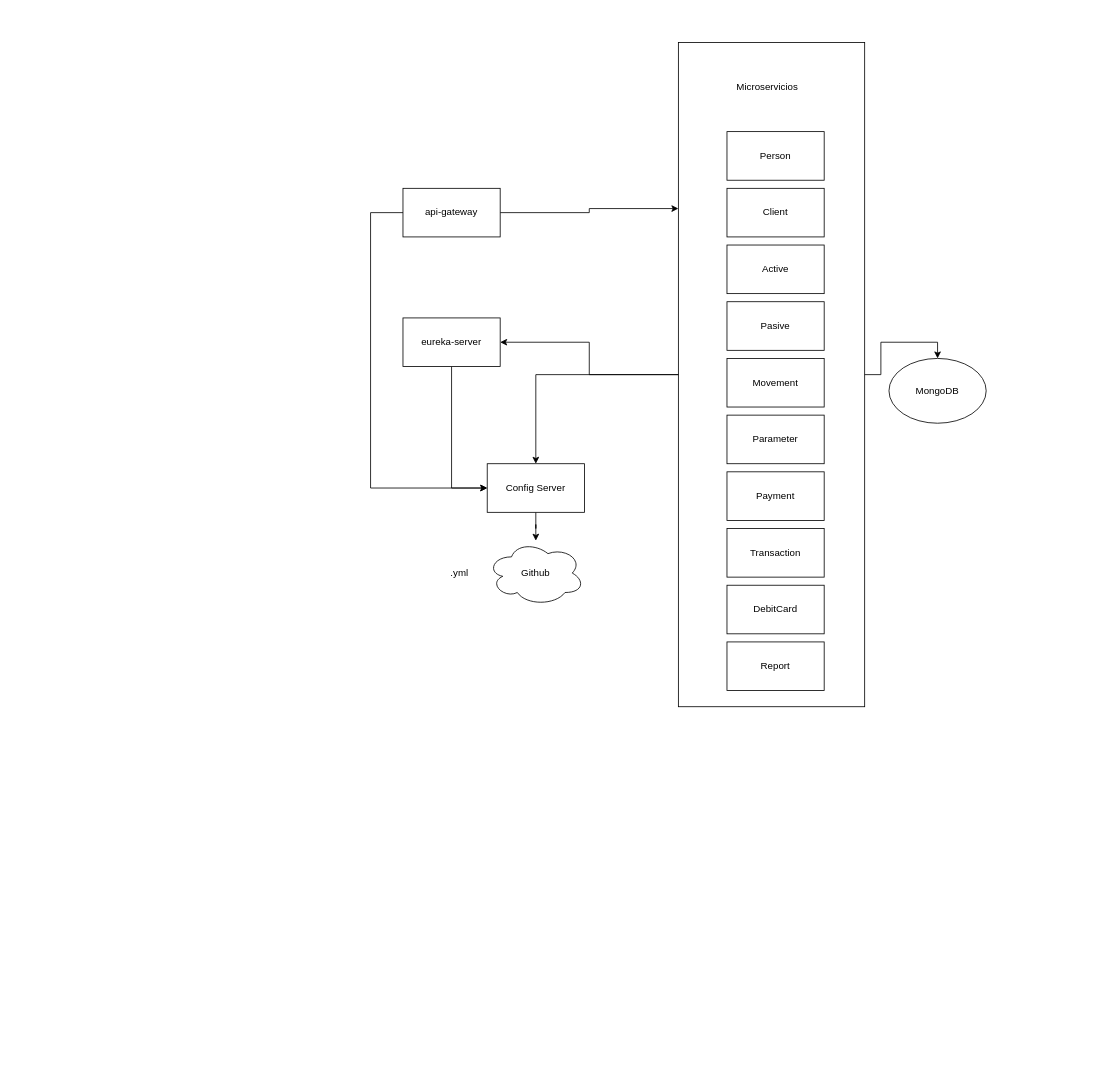
Earlier version of the draw.io diagram page "Microservicios" (2 of 4) of proyecto1.drawio (AdrianNMS/MS-bank-diagram). Source tidied: cells renumbered, new cells numbered last; positions are measured from the earlier drawing's top-left corner, leaving out a move shared by most shapes. Both pictures are drawn from the tidied source at 81%, with x=0, y=0 at pixel (370, 42).
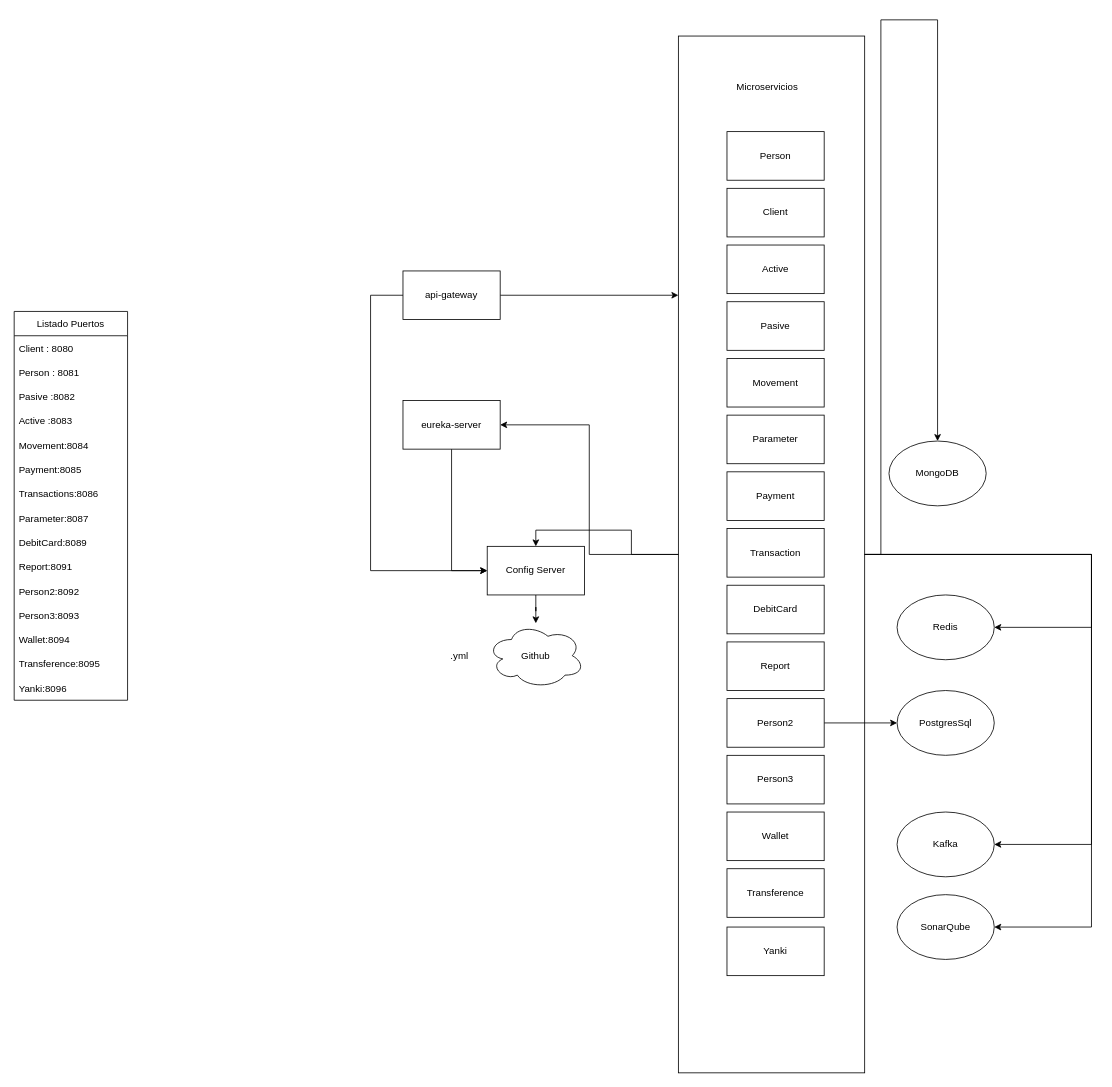
Above is the later version.

The edit, as a diff of the source:
```diff
@@
     <mxCell id="2" value="Github" style="ellipse;shape=cloud;whiteSpace=wrap;html=1;" parent="1" vertex="1">
-      <mxGeometry x="144" y="615" width="120" height="80" as="geometry" />
+      <mxGeometry x="144" y="717" width="120" height="80" as="geometry" />
     </mxCell>
     <mxCell id="3" value=".yml" style="text;html=1;strokeColor=none;fillColor=none;align=center;verticalAlign=middle;whiteSpace=wrap;rounded=0;" parent="1" vertex="1">
-      <mxGeometry x="80" y="640" width="60" height="30" as="geometry" />
+      <mxGeometry x="80" y="742" width="60" height="30" as="geometry" />
     </mxCell>
@@
     <mxCell id="5" value="Config Server" style="rounded=0;whiteSpace=wrap;html=1;" parent="1" vertex="1">
-      <mxGeometry x="144" y="520" width="120" height="60" as="geometry" />
+      <mxGeometry x="144" y="622" width="120" height="60" as="geometry" />
     </mxCell>
@@
     <mxCell id="7" value="eureka-server" style="rounded=0;whiteSpace=wrap;html=1;" parent="1" vertex="1">
-      <mxGeometry x="40" y="340" width="120" height="60" as="geometry" />
+      <mxGeometry x="40" y="442" width="120" height="60" as="geometry" />
     </mxCell>
     <mxCell id="8" style="edgeStyle=orthogonalEdgeStyle;rounded=0;jettySize=auto;html=1;entryX=0;entryY=0.5;entryDx=0;entryDy=0;" parent="1" edge="1" source="10" target="5">
       <mxGeometry relative="1" as="geometry">
         <Array as="points">
-          <mxPoint y="210" />
-          <mxPoint y="550" />
+          <mxPoint y="312" />
+          <mxPoint y="652" />
         </Array>
       </mxGeometry>
     </mxCell>
@@
     <mxCell id="10" value="api-gateway" style="rounded=0;whiteSpace=wrap;html=1;" parent="1" vertex="1">
-      <mxGeometry x="40" y="180" width="120" height="60" as="geometry" />
+      <mxGeometry x="40" y="282" width="120" height="60" as="geometry" />
     </mxCell>
@@
     <mxCell id="21" value="MongoDB" style="ellipse;whiteSpace=wrap;html=1;" parent="1" vertex="1">
-      <mxGeometry x="640" y="390" width="120" height="80" as="geometry" />
+      <mxGeometry x="640" y="492" width="120" height="80" as="geometry" />
     </mxCell>
@@
+    <mxCell id="27" style="edgeStyle=orthogonalEdgeStyle;rounded=0;jettySize=auto;html=1;entryX=1;entryY=0.5;entryDx=0;entryDy=0;" parent="1" edge="1" source="25" target="54">
+      <mxGeometry relative="1" as="geometry">
+        <Array as="points">
+          <mxPoint x="890" y="632" />
+          <mxPoint x="890" y="990" />
+        </Array>
+      </mxGeometry>
+    </mxCell>
+    <mxCell id="28" style="edgeStyle=orthogonalEdgeStyle;rounded=0;jettySize=auto;html=1;entryX=1;entryY=0.5;entryDx=0;entryDy=0;" parent="1" edge="1" source="25" target="52">
+      <mxGeometry relative="1" as="geometry">
+        <Array as="points">
+          <mxPoint x="890" y="632" />
+          <mxPoint x="890" y="722" />
+        </Array>
+      </mxGeometry>
+    </mxCell>
+    <mxCell id="29" style="edgeStyle=orthogonalEdgeStyle;rounded=0;jettySize=auto;html=1;exitX=1;exitY=0.5;exitDx=0;exitDy=0;entryX=1;entryY=0.5;entryDx=0;entryDy=0;" parent="1" edge="1" source="25" target="55">
+      <mxGeometry relative="1" as="geometry">
+        <Array as="points">
+          <mxPoint x="890" y="632" />
+          <mxPoint x="890" y="1092" />
+        </Array>
+      </mxGeometry>
+    </mxCell>
     <mxCell id="25" style="rounded=0;whiteSpace=wrap;html=1;fillColor=none;" parent="1" vertex="1">
-      <mxGeometry x="380" width="230" height="820" as="geometry" />
+      <mxGeometry x="380" y="-8" width="230" height="1280" as="geometry" />
     </mxCell>
@@
+    <mxCell id="30" value="Listado Puertos" style="swimlane;fontStyle=0;horizontal=1;startSize=30;fillColor=#FFFFFF;" parent="1" vertex="1">
+      <mxGeometry x="-440" y="332" width="140" height="480" as="geometry" />
+    </mxCell>
+    <mxCell id="31" value="Client : 8080" style="text;strokeColor=none;fillColor=none;align=left;verticalAlign=middle;spacingLeft=4;spacingRight=4;overflow=hidden;" parent="30" vertex="1">
+      <mxGeometry y="30" width="140" height="30" as="geometry" />
+    </mxCell>
+    <mxCell id="32" value="Person : 8081" style="text;strokeColor=none;fillColor=none;align=left;verticalAlign=middle;spacingLeft=4;spacingRight=4;overflow=hidden;" parent="30" vertex="1">
+      <mxGeometry y="60" width="140" height="30" as="geometry" />
+    </mxCell>
+    <mxCell id="33" value="Pasive :8082" style="text;strokeColor=none;fillColor=none;align=left;verticalAlign=middle;spacingLeft=4;spacingRight=4;overflow=hidden;" parent="30" vertex="1">
+      <mxGeometry y="90" width="140" height="30" as="geometry" />
+    </mxCell>
+    <mxCell id="34" value="Active :8083" style="text;strokeColor=none;fillColor=none;align=left;verticalAlign=middle;spacingLeft=4;spacingRight=4;overflow=hidden;" parent="30" vertex="1">
+      <mxGeometry y="120" width="140" height="30" as="geometry" />
+    </mxCell>
+    <mxCell id="35" value="Movement:8084" style="text;strokeColor=none;fillColor=none;align=left;verticalAlign=middle;spacingLeft=4;spacingRight=4;overflow=hidden;" parent="30" vertex="1">
+      <mxGeometry y="150" width="140" height="30" as="geometry" />
+    </mxCell>
+    <mxCell id="36" value="Payment:8085" style="text;strokeColor=none;fillColor=none;align=left;verticalAlign=middle;spacingLeft=4;spacingRight=4;overflow=hidden;" parent="30" vertex="1">
+      <mxGeometry y="180" width="140" height="30" as="geometry" />
+    </mxCell>
+    <mxCell id="37" value="Transactions:8086" style="text;strokeColor=none;fillColor=none;align=left;verticalAlign=middle;spacingLeft=4;spacingRight=4;overflow=hidden;" parent="30" vertex="1">
+      <mxGeometry y="210" width="140" height="30" as="geometry" />
+    </mxCell>
+    <mxCell id="38" value="Parameter:8087" style="text;strokeColor=none;fillColor=none;align=left;verticalAlign=middle;spacingLeft=4;spacingRight=4;overflow=hidden;" parent="30" vertex="1">
+      <mxGeometry y="240" width="140" height="30" as="geometry" />
+    </mxCell>
+    <mxCell id="39" value="DebitCard:8089" style="text;strokeColor=none;fillColor=none;align=left;verticalAlign=middle;spacingLeft=4;spacingRight=4;overflow=hidden;" parent="30" vertex="1">
+      <mxGeometry y="270" width="140" height="30" as="geometry" />
+    </mxCell>
+    <mxCell id="40" value="Report:8091" style="text;strokeColor=none;fillColor=none;align=left;verticalAlign=middle;spacingLeft=4;spacingRight=4;overflow=hidden;" parent="30" vertex="1">
+      <mxGeometry y="300" width="140" height="30" as="geometry" />
+    </mxCell>
+    <mxCell id="41" value="Person2:8092" style="text;strokeColor=none;fillColor=none;align=left;verticalAlign=middle;spacingLeft=4;spacingRight=4;overflow=hidden;" parent="30" vertex="1">
+      <mxGeometry y="330" width="140" height="30" as="geometry" />
+    </mxCell>
+    <mxCell id="42" value="Person3:8093" style="text;strokeColor=none;fillColor=none;align=left;verticalAlign=middle;spacingLeft=4;spacingRight=4;overflow=hidden;" parent="30" vertex="1">
+      <mxGeometry y="360" width="140" height="30" as="geometry" />
+    </mxCell>
+    <mxCell id="43" value="Wallet:8094" style="text;strokeColor=none;fillColor=none;align=left;verticalAlign=middle;spacingLeft=4;spacingRight=4;overflow=hidden;" parent="30" vertex="1">
+      <mxGeometry y="390" width="140" height="30" as="geometry" />
+    </mxCell>
+    <mxCell id="44" value="Transference:8095" style="text;strokeColor=none;fillColor=none;align=left;verticalAlign=middle;spacingLeft=4;spacingRight=4;overflow=hidden;" parent="30" vertex="1">
+      <mxGeometry y="420" width="140" height="30" as="geometry" />
+    </mxCell>
+    <mxCell id="45" value="Yanki:8096" style="text;strokeColor=none;fillColor=none;align=left;verticalAlign=middle;spacingLeft=4;spacingRight=4;overflow=hidden;" parent="30" vertex="1">
+      <mxGeometry y="450" width="140" height="30" as="geometry" />
+    </mxCell>
+    <mxCell id="46" style="edgeStyle=orthogonalEdgeStyle;rounded=0;jettySize=auto;html=1;entryX=0;entryY=0.5;entryDx=0;entryDy=0;" parent="1" edge="1" source="47" target="53">
+      <mxGeometry relative="1" as="geometry" />
+    </mxCell>
+    <mxCell id="47" value="Person2" style="rounded=0;whiteSpace=wrap;html=1;" parent="1" vertex="1">
+      <mxGeometry x="440" y="810" width="120" height="60" as="geometry" />
+    </mxCell>
+    <mxCell id="48" value="Person3" style="rounded=0;whiteSpace=wrap;html=1;" parent="1" vertex="1">
+      <mxGeometry x="440" y="880" width="120" height="60" as="geometry" />
+    </mxCell>
+    <mxCell id="49" value="Wallet" style="rounded=0;whiteSpace=wrap;html=1;" parent="1" vertex="1">
+      <mxGeometry x="440" y="950" width="120" height="60" as="geometry" />
+    </mxCell>
+    <mxCell id="50" value="Transference" style="rounded=0;whiteSpace=wrap;html=1;" parent="1" vertex="1">
+      <mxGeometry x="440" y="1020" width="120" height="60" as="geometry" />
+    </mxCell>
+    <mxCell id="51" value="Yanki" style="rounded=0;whiteSpace=wrap;html=1;" parent="1" vertex="1">
+      <mxGeometry x="440" y="1092" width="120" height="60" as="geometry" />
+    </mxCell>
+    <mxCell id="52" value="Redis" style="ellipse;whiteSpace=wrap;html=1;" parent="1" vertex="1">
+      <mxGeometry x="650" y="682" width="120" height="80" as="geometry" />
+    </mxCell>
+    <mxCell id="53" value="PostgresSql" style="ellipse;whiteSpace=wrap;html=1;" parent="1" vertex="1">
+      <mxGeometry x="650" y="800" width="120" height="80" as="geometry" />
+    </mxCell>
+    <mxCell id="54" value="Kafka" style="ellipse;whiteSpace=wrap;html=1;" parent="1" vertex="1">
+      <mxGeometry x="650" y="950" width="120" height="80" as="geometry" />
+    </mxCell>
+    <mxCell id="55" value="SonarQube" style="ellipse;whiteSpace=wrap;html=1;" parent="1" vertex="1">
+      <mxGeometry x="650" y="1052" width="120" height="80" as="geometry" />
+    </mxCell>
```
